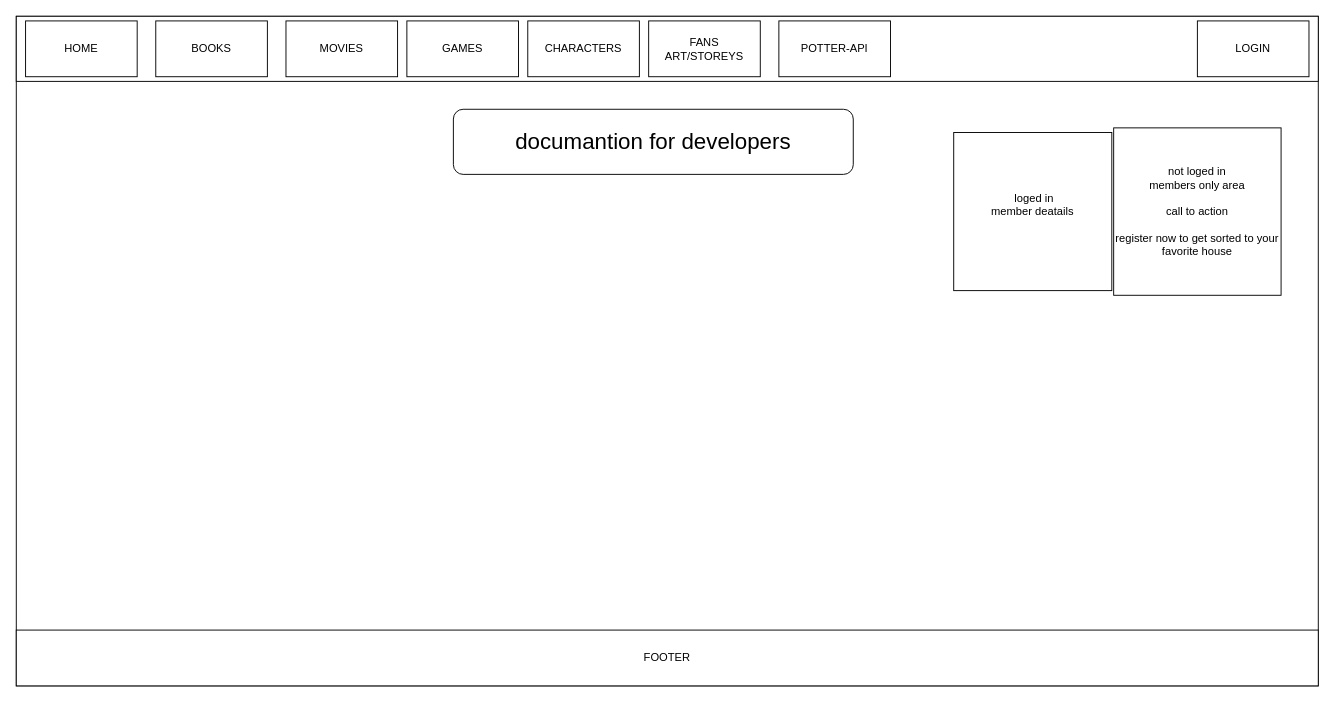
Before: page "POTTER-API" (7 of 7) of pseudo/Mock site.drawio in t-bendet/potter-front-end-react, a draw.io diagram. Source tidied: cells renumbered, new cells numbered last; positions are measured from the earlier drawing's top-left corner, leaving out a move shared by most shapes. Both pictures are drawn from the tidied source at 93%, with x=0, y=0 at pixel (16, 16).
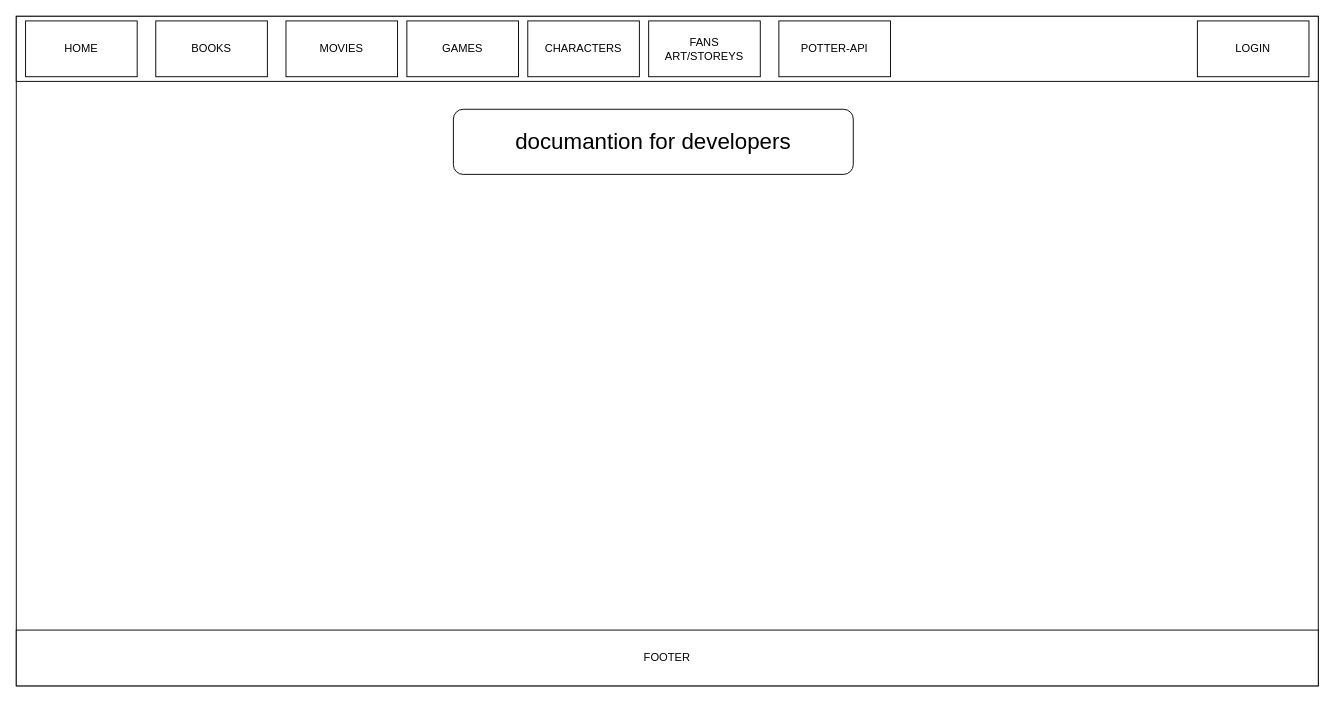
The same page after the edit.

The edit, as a diff of the source:
```diff
@@
 <mxGraphModel>
   <root>
     <mxCell id="0" />
     <mxCell id="1" parent="0" />
     <mxCell id="2" style="rounded=0;whiteSpace=wrap;html=1;" parent="1" vertex="1">
       <mxGeometry width="1400" height="720" as="geometry" />
     </mxCell>
     <mxCell id="3" style="rounded=0;whiteSpace=wrap;html=1;" parent="1" vertex="1">
       <mxGeometry width="1400" height="70" as="geometry" />
     </mxCell>
     <mxCell id="4" value="HOME&lt;br&gt;" style="rounded=0;whiteSpace=wrap;html=1;" parent="1" vertex="1">
       <mxGeometry x="10" y="5" width="120" height="60" as="geometry" />
     </mxCell>
     <mxCell id="5" value="BOOKS" style="rounded=0;whiteSpace=wrap;html=1;" parent="1" vertex="1">
       <mxGeometry x="150" y="5" width="120" height="60" as="geometry" />
     </mxCell>
     <mxCell id="6" value="GAMES&lt;br&gt;" style="rounded=0;whiteSpace=wrap;html=1;" parent="1" vertex="1">
       <mxGeometry x="420" y="5" width="120" height="60" as="geometry" />
     </mxCell>
     <mxCell id="7" value="CHARACTERS" style="rounded=0;whiteSpace=wrap;html=1;" parent="1" vertex="1">
       <mxGeometry x="550" y="5" width="120" height="60" as="geometry" />
     </mxCell>
     <mxCell id="8" value="MOVIES&lt;br&gt;" style="rounded=0;whiteSpace=wrap;html=1;" parent="1" vertex="1">
       <mxGeometry x="290" y="5" width="120" height="60" as="geometry" />
     </mxCell>
     <mxCell id="9" value="FANS ART/STOREYS" style="rounded=0;whiteSpace=wrap;html=1;" parent="1" vertex="1">
       <mxGeometry x="680" y="5" width="120" height="60" as="geometry" />
     </mxCell>
     <mxCell id="10" value="POTTER-API" style="rounded=0;whiteSpace=wrap;html=1;" parent="1" vertex="1">
       <mxGeometry x="820" y="5" width="120" height="60" as="geometry" />
     </mxCell>
     <mxCell id="11" value="LOGIN" style="rounded=0;whiteSpace=wrap;html=1;" parent="1" vertex="1">
       <mxGeometry x="1270" y="5" width="120" height="60" as="geometry" />
     </mxCell>
     <mxCell id="12" value="FOOTER" style="rounded=0;whiteSpace=wrap;html=1;" parent="1" vertex="1">
       <mxGeometry y="660" width="1400" height="60" as="geometry" />
     </mxCell>
     <mxCell id="13" value="&lt;font style=&quot;font-size: 24px&quot;&gt;documantion for developers&lt;/font&gt;" style="rounded=1;whiteSpace=wrap;html=1;" parent="1" vertex="1">
       <mxGeometry x="470" y="100" width="430" height="70" as="geometry" />
     </mxCell>
-    <mxCell id="14" value="not loged in&lt;br&gt;members only area&lt;br&gt;&lt;br&gt;call to action&lt;br&gt;&lt;br&gt;register now to get sorted to your favorite house" style="whiteSpace=wrap;html=1;" parent="1" vertex="1">
-      <mxGeometry x="1180" y="120" width="180" height="180" as="geometry" />
-    </mxCell>
-    <mxCell id="15" value="&amp;nbsp;loged in&lt;br&gt;member deatails&lt;br&gt;&lt;br&gt;" style="whiteSpace=wrap;html=1;" parent="1" vertex="1">
-      <mxGeometry x="1008" y="125" width="170" height="170" as="geometry" />
-    </mxCell>
   </root>
 </mxGraphModel>
```
